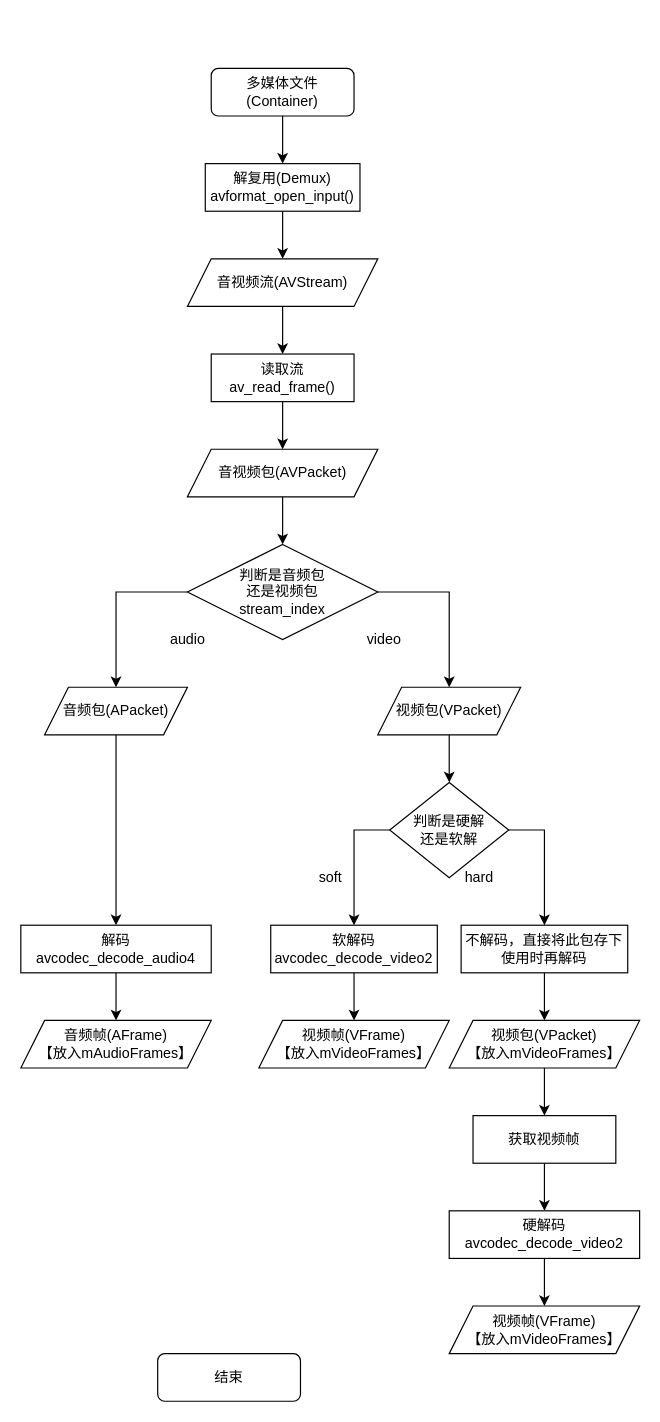
Above: 播放器解码流程图PC.drawio in XuLongfei-6/UML (draw.io), before the change. Source tidied: cells renumbered, new cells numbered last; positions are measured from the earlier drawing's top-left corner, leaving out a move shared by most shapes. Both pictures are drawn from the tidied source at 119%, with x=0, y=0 at pixel (20, 68).
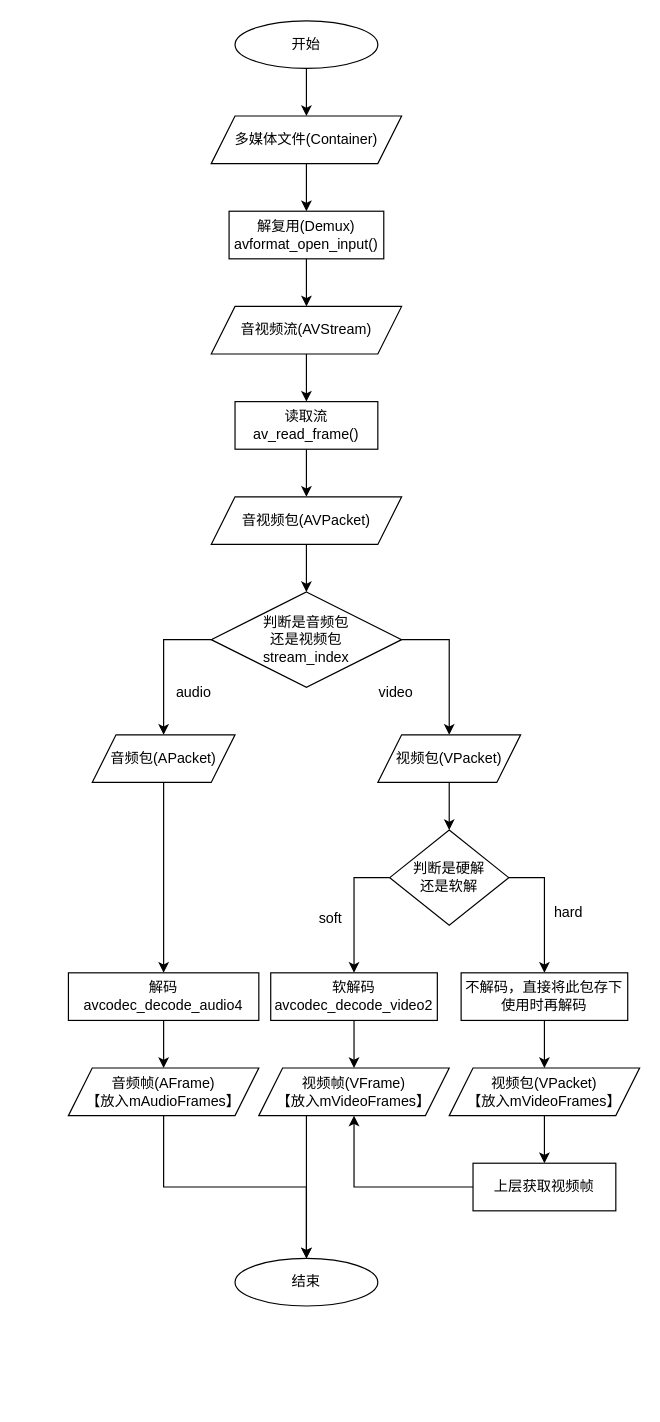
The same page after the edit.

Commit message (it also covers changes not shown here):
更新播放器解码流程图PC.drawio

Change to the diagram source:
```diff
@@
-    <mxCell id="2" style="edgeStyle=orthogonalEdgeStyle;rounded=0;jettySize=auto;html=1;entryX=0.5;entryY=0;entryDx=0;entryDy=0;" parent="1" edge="1" source="3" target="5">
+    <mxCell id="2" style="edgeStyle=orthogonalEdgeStyle;rounded=0;jettySize=auto;html=1;entryX=0.5;entryY=0;entryDx=0;entryDy=0;exitX=0.5;exitY=1;exitDx=0;exitDy=0;" parent="1" edge="1" source="3" target="5">
       <mxGeometry relative="1" as="geometry" />
     </mxCell>
-    <mxCell id="3" value="多媒体文件(Container)" style="rounded=1;whiteSpace=wrap;html=1;fontSize=12;glass=0;strokeWidth=1;shadow=0;" parent="1" vertex="1">
-      <mxGeometry x="160" width="120" height="40" as="geometry" />
-    </mxCell>
@@
     <mxCell id="5" value="解复用(Demux)&lt;br&gt;avformat_open_input()" style="rounded=0;whiteSpace=wrap;html=1;" parent="1" vertex="1">
-      <mxGeometry x="155" y="80" width="130" height="40" as="geometry" />
+      <mxGeometry x="175" y="120" width="130" height="40" as="geometry" />
     </mxCell>
@@
     <mxCell id="7" value="音视频流(AVStream)" style="shape=parallelogram;perimeter=parallelogramPerimeter;whiteSpace=wrap;html=1;fixedSize=1;" parent="1" vertex="1">
-      <mxGeometry x="140" y="160" width="160" height="40" as="geometry" />
+      <mxGeometry x="160" y="200" width="160" height="40" as="geometry" />
     </mxCell>
@@
     <mxCell id="9" value="读取流&lt;br&gt;av_read_frame()" style="rounded=0;whiteSpace=wrap;html=1;" parent="1" vertex="1">
-      <mxGeometry x="160" y="240" width="120" height="40" as="geometry" />
+      <mxGeometry x="180" y="280" width="120" height="40" as="geometry" />
     </mxCell>
@@
     <mxCell id="11" value="音视频包(AVPacket)" style="shape=parallelogram;perimeter=parallelogramPerimeter;whiteSpace=wrap;html=1;fixedSize=1;" parent="1" vertex="1">
-      <mxGeometry x="140" y="320" width="160" height="40" as="geometry" />
+      <mxGeometry x="160" y="360" width="160" height="40" as="geometry" />
     </mxCell>
@@
     <mxCell id="14" value="判断是音频包&lt;br&gt;还是视频包&lt;br&gt;stream_index" style="rhombus;whiteSpace=wrap;html=1;" parent="1" vertex="1">
-      <mxGeometry x="140" y="400" width="160" height="80" as="geometry" />
+      <mxGeometry x="160" y="440" width="160" height="80" as="geometry" />
     </mxCell>
@@
     <mxCell id="16" value="音频包(APacket)" style="shape=parallelogram;perimeter=parallelogramPerimeter;whiteSpace=wrap;html=1;fixedSize=1;" parent="1" vertex="1">
-      <mxGeometry x="20" y="520" width="120" height="40" as="geometry" />
+      <mxGeometry x="60" y="560" width="120" height="40" as="geometry" />
     </mxCell>
@@
     <mxCell id="18" value="视频包(VPacket)" style="shape=parallelogram;perimeter=parallelogramPerimeter;whiteSpace=wrap;html=1;fixedSize=1;" parent="1" vertex="1">
-      <mxGeometry x="300" y="520" width="120" height="40" as="geometry" />
+      <mxGeometry x="300" y="560" width="120" height="40" as="geometry" />
     </mxCell>
@@
     <mxCell id="20" value="解码&lt;br&gt;avcodec_decode_audio4" style="rounded=0;whiteSpace=wrap;html=1;" parent="1" vertex="1">
-      <mxGeometry y="720" width="160" height="40" as="geometry" />
+      <mxGeometry x="40" y="760" width="160" height="40" as="geometry" />
     </mxCell>
+    <mxCell id="42" style="edgeStyle=orthogonalEdgeStyle;rounded=0;jettySize=auto;html=1;entryX=0.5;entryY=0;entryDx=0;entryDy=0;" parent="1" edge="1" source="21" target="41">
+      <mxGeometry relative="1" as="geometry" />
+    </mxCell>
     <mxCell id="21" value="音频帧(AFrame)&lt;br&gt;【放入mAudioFrames】" style="shape=parallelogram;perimeter=parallelogramPerimeter;whiteSpace=wrap;html=1;fixedSize=1;" parent="1" vertex="1">
-      <mxGeometry y="800" width="160" height="40" as="geometry" />
+      <mxGeometry x="40" y="840" width="160" height="40" as="geometry" />
     </mxCell>
     <mxCell id="22" value="audio" style="text;html=1;align=center;verticalAlign=middle;strokeColor=none;fillColor=none;" parent="1" vertex="1">
-      <mxGeometry x="115" y="465" width="50" height="30" as="geometry" />
+      <mxGeometry x="120" y="510" width="50" height="30" as="geometry" />
     </mxCell>
     <mxCell id="23" value="video" style="text;html=1;align=center;verticalAlign=middle;strokeColor=none;fillColor=none;" parent="1" vertex="1">
-      <mxGeometry x="280" y="465" width="50" height="30" as="geometry" />
+      <mxGeometry x="290" y="510" width="50" height="30" as="geometry" />
     </mxCell>
@@
     <mxCell id="26" value="判断是硬解&lt;br&gt;还是软解" style="rhombus;whiteSpace=wrap;html=1;" parent="1" vertex="1">
-      <mxGeometry x="310" y="600" width="100" height="80" as="geometry" />
+      <mxGeometry x="310" y="640" width="100" height="80" as="geometry" />
     </mxCell>
@@
     <mxCell id="28" value="软解码&lt;br&gt;avcodec_decode_video2" style="rounded=0;whiteSpace=wrap;html=1;" parent="1" vertex="1">
-      <mxGeometry x="210" y="720" width="140" height="40" as="geometry" />
+      <mxGeometry x="210" y="760" width="140" height="40" as="geometry" />
     </mxCell>
@@
     <mxCell id="30" value="不解码，直接将此包存下&lt;br&gt;使用时再解码" style="rounded=0;whiteSpace=wrap;html=1;" parent="1" vertex="1">
-      <mxGeometry x="370" y="720" width="140" height="40" as="geometry" />
+      <mxGeometry x="370" y="760" width="140" height="40" as="geometry" />
     </mxCell>
     <mxCell id="31" value="soft" style="text;html=1;align=center;verticalAlign=middle;strokeColor=none;fillColor=none;" parent="1" vertex="1">
-      <mxGeometry x="240" y="665" width="40" height="30" as="geometry" />
+      <mxGeometry x="240" y="700" width="40" height="30" as="geometry" />
     </mxCell>
-    <mxCell id="32" value="hard" style="text;html=1;align=center;verticalAlign=middle;strokeColor=none;fillColor=none;" parent="1" vertex="1">
-      <mxGeometry x="360" y="665" width="50" height="30" as="geometry" />
-    </mxCell>
+    <mxCell id="43" style="edgeStyle=orthogonalEdgeStyle;rounded=0;jettySize=auto;html=1;entryX=0.5;entryY=0;entryDx=0;entryDy=0;" parent="1" edge="1" source="33" target="41">
+      <mxGeometry relative="1" as="geometry">
+        <Array as="points">
+          <mxPoint x="240" y="910" />
+          <mxPoint x="240" y="910" />
+        </Array>
+      </mxGeometry>
+    </mxCell>
     <mxCell id="33" value="视频帧(VFrame)&lt;br&gt;【放入mVideoFrames】" style="shape=parallelogram;perimeter=parallelogramPerimeter;whiteSpace=wrap;html=1;fixedSize=1;" parent="1" vertex="1">
-      <mxGeometry x="200" y="800" width="160" height="40" as="geometry" />
+      <mxGeometry x="200" y="840" width="160" height="40" as="geometry" />
     </mxCell>
@@
     <mxCell id="35" value="视频包(VPacket)&lt;br&gt;【放入mVideoFrames】" style="shape=parallelogram;perimeter=parallelogramPerimeter;whiteSpace=wrap;html=1;fixedSize=1;" parent="1" vertex="1">
-      <mxGeometry x="360" y="800" width="160" height="40" as="geometry" />
+      <mxGeometry x="360" y="840" width="160" height="40" as="geometry" />
     </mxCell>
-    <mxCell id="36" style="edgeStyle=orthogonalEdgeStyle;rounded=0;jettySize=auto;html=1;entryX=0.5;entryY=0;entryDx=0;entryDy=0;" parent="1" edge="1" source="37" target="39">
-      <mxGeometry relative="1" as="geometry" />
+    <mxCell id="36" style="edgeStyle=orthogonalEdgeStyle;rounded=0;jettySize=auto;html=1;entryX=0.5;entryY=1;entryDx=0;entryDy=0;" parent="1" edge="1" source="37" target="33">
+      <mxGeometry relative="1" as="geometry">
+        <Array as="points">
+          <mxPoint x="280" y="940" />
+        </Array>
+      </mxGeometry>
     </mxCell>
-    <mxCell id="37" value="获取视频帧" style="rounded=0;whiteSpace=wrap;html=1;" parent="1" vertex="1">
-      <mxGeometry x="380" y="880" width="120" height="40" as="geometry" />
+    <mxCell id="37" value="上层获取视频帧" style="rounded=0;whiteSpace=wrap;html=1;" parent="1" vertex="1">
+      <mxGeometry x="380" y="920" width="120" height="40" as="geometry" />
     </mxCell>
-    <mxCell id="38" style="edgeStyle=orthogonalEdgeStyle;rounded=0;jettySize=auto;html=1;entryX=0.5;entryY=0;entryDx=0;entryDy=0;" parent="1" edge="1" source="39" target="40">
-      <mxGeometry relative="1" as="geometry" />
-    </mxCell>
-    <mxCell id="39" value="硬解码&lt;br&gt;avcodec_decode_video2" style="rounded=0;whiteSpace=wrap;html=1;" parent="1" vertex="1">
-      <mxGeometry x="360" y="960" width="160" height="40" as="geometry" />
-    </mxCell>
-    <mxCell id="40" value="视频帧(VFrame)&lt;br&gt;【放入mVideoFrames】" style="shape=parallelogram;perimeter=parallelogramPerimeter;whiteSpace=wrap;html=1;fixedSize=1;" parent="1" vertex="1">
-      <mxGeometry x="360" y="1040" width="160" height="40" as="geometry" />
-    </mxCell>
+    <mxCell id="44" style="edgeStyle=orthogonalEdgeStyle;rounded=0;jettySize=auto;html=1;entryX=0.5;entryY=0;entryDx=0;entryDy=0;" parent="1" edge="1" source="45" target="3">
+      <mxGeometry relative="1" as="geometry" />
+    </mxCell>
+    <mxCell id="45" value="开始" style="ellipse;whiteSpace=wrap;html=1;" parent="1" vertex="1">
+      <mxGeometry x="180" y="-40" width="120" height="40" as="geometry" />
+    </mxCell>
-    <mxCell id="41" value="结束" style="rounded=1;whiteSpace=wrap;html=1;" parent="1" vertex="1">
-      <mxGeometry x="115" y="1080" width="120" height="40" as="geometry" />
+    <mxCell id="41" value="结束" style="ellipse;whiteSpace=wrap;html=1;" parent="1" vertex="1">
+      <mxGeometry x="180" y="1000" width="120" height="40" as="geometry" />
     </mxCell>
+    <mxCell id="3" value="多媒体文件(Container)" style="shape=parallelogram;perimeter=parallelogramPerimeter;whiteSpace=wrap;html=1;fixedSize=1;" parent="1" vertex="1">
+      <mxGeometry x="160" y="40" width="160" height="40" as="geometry" />
+    </mxCell>
+    <mxCell id="32" value="hard" style="text;html=1;align=center;verticalAlign=middle;strokeColor=none;fillColor=none;" parent="1" vertex="1">
+      <mxGeometry x="435" y="695" width="50" height="30" as="geometry" />
+    </mxCell>
```
